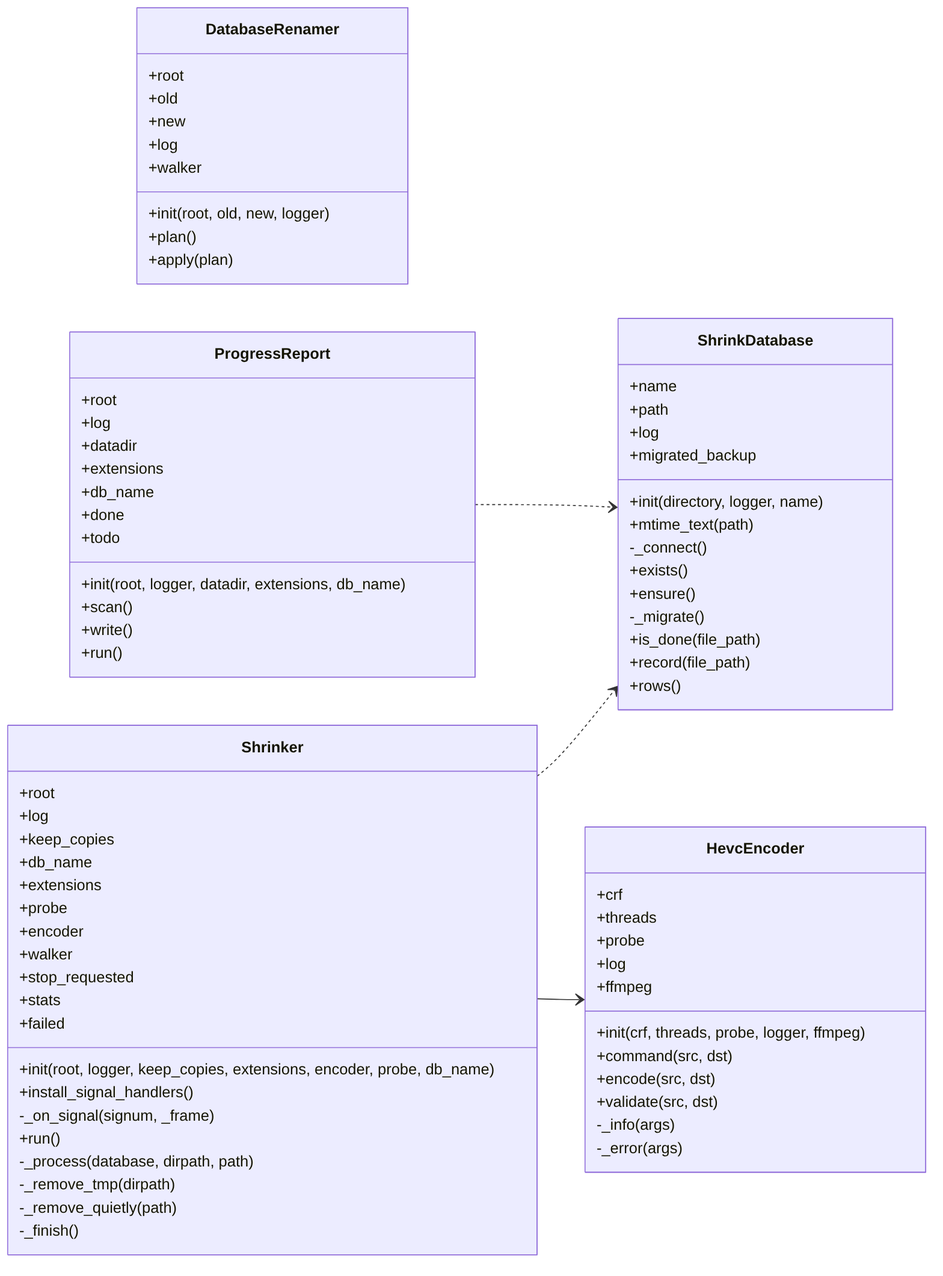
Above: docs/img/uml_shrink.png in peddanet/mediatools (Mermaid), before the change. Its source is kept beside it as docs/img/uml_shrink.mmd.
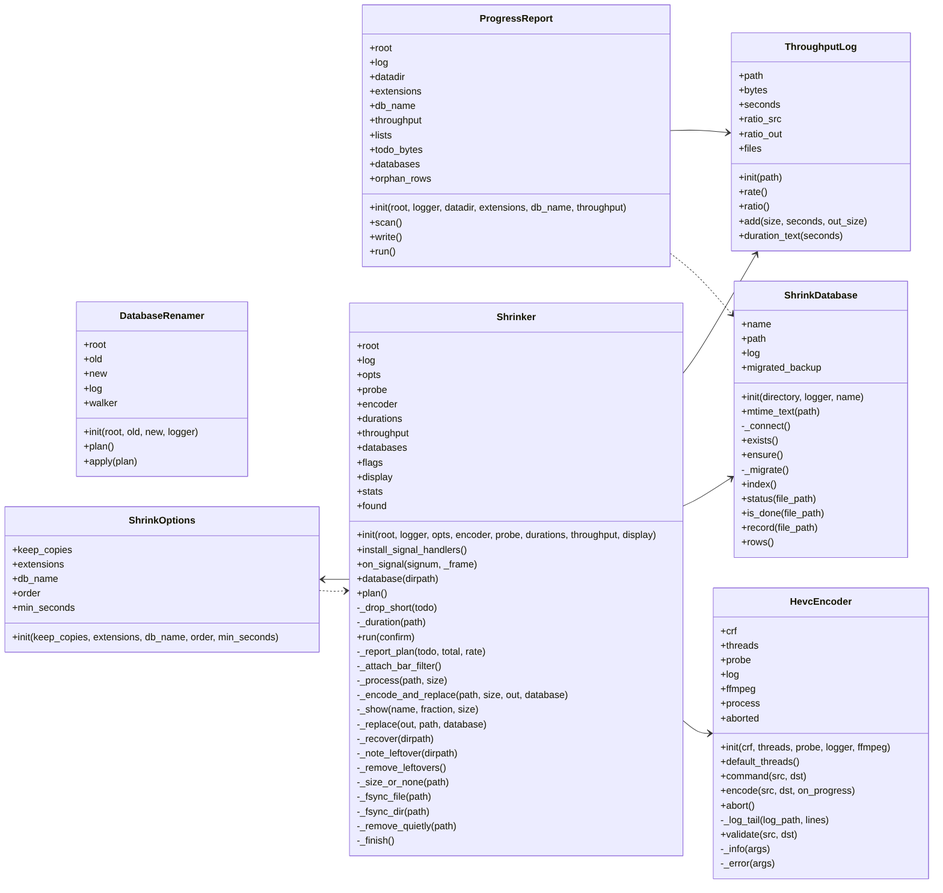
The same file after the commit.

What changed in the source:
```diff
@@ -30,12 +30,14 @@
   class HevcEncoder {
     +crf
     +threads
+    +niceness
     +probe
     +log
     +ffmpeg
     +process
     +aborted
-    +init(crf, threads, probe, logger, ffmpeg)
+    +init(crf, threads, probe, logger, ffmpeg, niceness)
+    +default_threads()
     +command(src, dst)
     +encode(src, dst, on_progress)
     +abort()
@@ -80,7 +82,7 @@
     +flags
     +display
     +stats
-    +failed
+    +found
     +init(root, logger, opts, encoder, probe, durations, throughput, display)
     +install_signal_handlers()
     +on_signal(signum, _frame)
@@ -89,13 +91,18 @@
     -_drop_short(todo)
     -_duration(path)
     +run(confirm)
+    -_report_plan(todo, total, rate)
     -_attach_bar_filter()
     -_process(path, size)
     -_encode_and_replace(path, size, out, database)
     -_show(name, fraction, size)
     -_replace(out, path, database)
     -_recover(dirpath)
-    -_remove_tmp(dirpath)
+    -_note_leftover(dirpath)
+    -_remove_leftovers()
+    -_size_or_none(path)
+    -_fsync_file(path)
+    -_fsync_dir(path)
     -_remove_quietly(path)
     -_finish()
   }
@@ -103,9 +110,13 @@
     +path
     +bytes
     +seconds
+    +ratio_src
+    +ratio_out
+    +files
     +init(path)
     +rate()
-    +add(size, seconds)
+    +ratio()
+    +add(size, seconds, out_size)
     +duration_text(seconds)
   }
   ShrinkOptions ..> Shrinker
```
